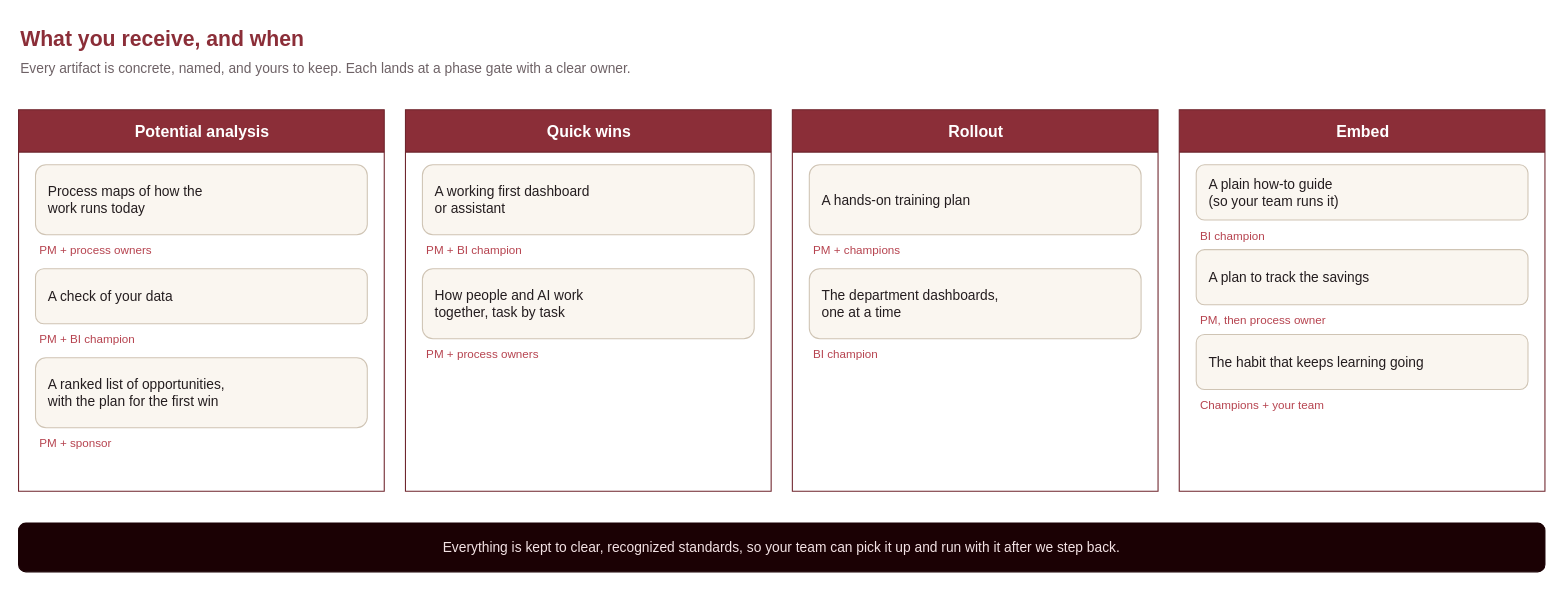
The draw.io diagram diagrams/7-deliverables.drawio in ademczuk/top-spirit-delivery, before the edit. Source tidied: cells renumbered, new cells numbered last; positions are measured from the earlier drawing's top-left corner, leaving out a move shared by most shapes. Both pictures are drawn from the tidied source at 106%, with x=0, y=0 at pixel (18, 18).
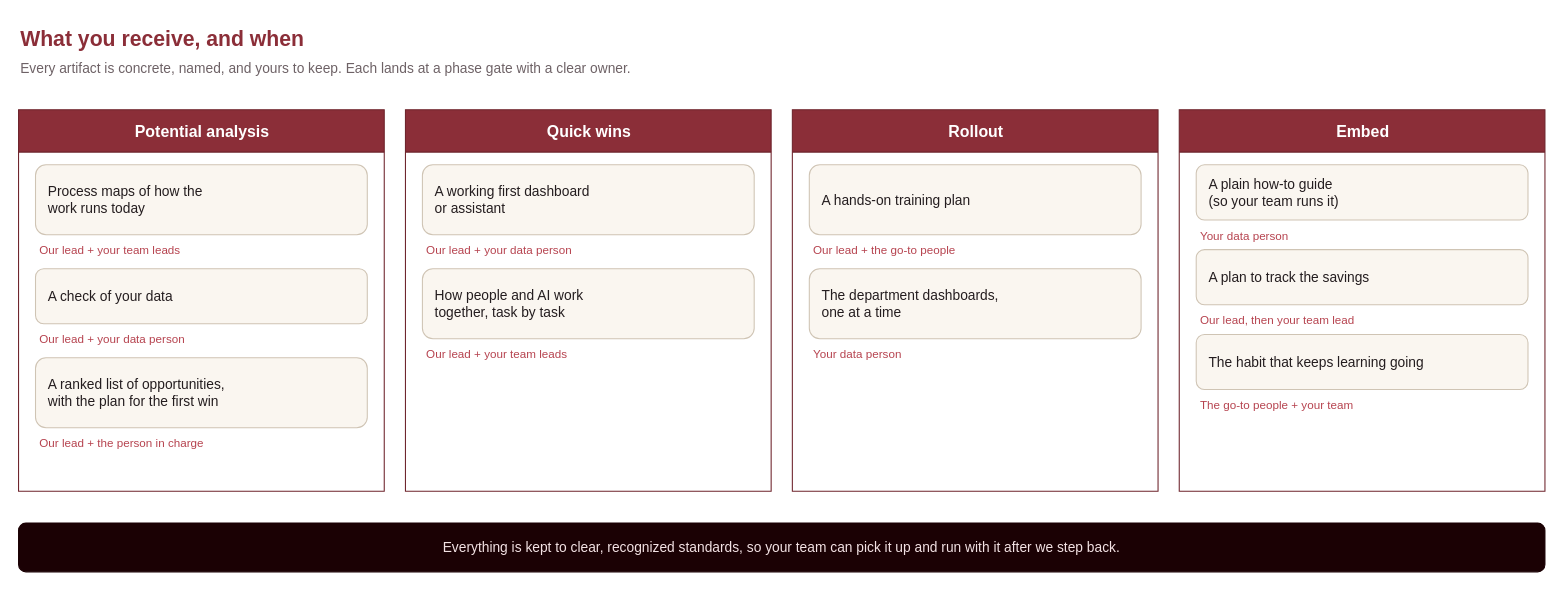
After the change.

Unchanged cells that the change refers to:
```xml
<mxCell id="4" value="Potential analysis" style="swimlane;html=1;startSize=40;fillColor=#8b2e38;swimlaneFillColor=#ffffff;strokeColor=#6d232b;fontColor=#ffffff;fontSize=15;fontStyle=1;align=center;" parent="1" vertex="1">
  <mxGeometry y="86" width="345" height="360" as="geometry" />
</mxCell>
<mxCell id="11" value="Quick wins" style="swimlane;html=1;startSize=40;fillColor=#8b2e38;swimlaneFillColor=#ffffff;strokeColor=#6d232b;fontColor=#ffffff;fontSize=15;fontStyle=1;align=center;" parent="1" vertex="1">
  <mxGeometry x="365" y="86" width="345" height="360" as="geometry" />
</mxCell>
<mxCell id="16" value="Rollout" style="swimlane;html=1;startSize=40;fillColor=#8b2e38;swimlaneFillColor=#ffffff;strokeColor=#6d232b;fontColor=#ffffff;fontSize=15;fontStyle=1;align=center;" parent="1" vertex="1">
  <mxGeometry x="730" y="86" width="345" height="360" as="geometry" />
</mxCell>
<mxCell id="21" value="Embed" style="swimlane;html=1;startSize=40;fillColor=#8b2e38;swimlaneFillColor=#ffffff;strokeColor=#6d232b;fontColor=#ffffff;fontSize=15;fontStyle=1;align=center;" parent="1" vertex="1">
  <mxGeometry x="1095" y="86" width="345" height="360" as="geometry" />
</mxCell>
```

Change to the diagram source:
```diff
@@
-    <mxCell id="6" value="PM + process owners" style="text;html=1;align=left;fontColor=#b6434f;fontSize=11;" parent="4" vertex="1">
+    <mxCell id="6" value="Our lead + your team leads" style="text;html=1;align=left;fontColor=#b6434f;fontSize=11;" parent="4" vertex="1">
       <mxGeometry x="18" y="120" width="313" height="16" as="geometry" />
     </mxCell>
@@
-    <mxCell id="8" value="PM + BI champion" style="text;html=1;align=left;fontColor=#b6434f;fontSize=11;" parent="4" vertex="1">
+    <mxCell id="8" value="Our lead + your data person" style="text;html=1;align=left;fontColor=#b6434f;fontSize=11;" parent="4" vertex="1">
       <mxGeometry x="18" y="204" width="313" height="16" as="geometry" />
     </mxCell>
@@
-    <mxCell id="10" value="PM + sponsor" style="text;html=1;align=left;fontColor=#b6434f;fontSize=11;" parent="4" vertex="1">
+    <mxCell id="10" value="Our lead + the person in charge" style="text;html=1;align=left;fontColor=#b6434f;fontSize=11;" parent="4" vertex="1">
       <mxGeometry x="18" y="302" width="313" height="16" as="geometry" />
     </mxCell>
@@
-    <mxCell id="13" value="PM + BI champion" style="text;html=1;align=left;fontColor=#b6434f;fontSize=11;" parent="11" vertex="1">
+    <mxCell id="13" value="Our lead + your data person" style="text;html=1;align=left;fontColor=#b6434f;fontSize=11;" parent="11" vertex="1">
       <mxGeometry x="18" y="120" width="313" height="16" as="geometry" />
     </mxCell>
@@
-    <mxCell id="15" value="PM + process owners" style="text;html=1;align=left;fontColor=#b6434f;fontSize=11;" parent="11" vertex="1">
+    <mxCell id="15" value="Our lead + your team leads" style="text;html=1;align=left;fontColor=#b6434f;fontSize=11;" parent="11" vertex="1">
       <mxGeometry x="18" y="218" width="313" height="16" as="geometry" />
     </mxCell>
@@
-    <mxCell id="18" value="PM + champions" style="text;html=1;align=left;fontColor=#b6434f;fontSize=11;" parent="16" vertex="1">
+    <mxCell id="18" value="Our lead + the go-to people" style="text;html=1;align=left;fontColor=#b6434f;fontSize=11;" parent="16" vertex="1">
       <mxGeometry x="18" y="120" width="313" height="16" as="geometry" />
     </mxCell>
@@
-    <mxCell id="20" value="BI champion" style="text;html=1;align=left;fontColor=#b6434f;fontSize=11;" parent="16" vertex="1">
+    <mxCell id="20" value="Your data person" style="text;html=1;align=left;fontColor=#b6434f;fontSize=11;" parent="16" vertex="1">
       <mxGeometry x="18" y="218" width="313" height="16" as="geometry" />
     </mxCell>
@@
-    <mxCell id="23" value="BI champion" style="text;html=1;align=left;fontColor=#b6434f;fontSize=11;" parent="21" vertex="1">
+    <mxCell id="23" value="Your data person" style="text;html=1;align=left;fontColor=#b6434f;fontSize=11;" parent="21" vertex="1">
       <mxGeometry x="18" y="106" width="313" height="16" as="geometry" />
     </mxCell>
@@
-    <mxCell id="25" value="PM, then process owner" style="text;html=1;align=left;fontColor=#b6434f;fontSize=11;" parent="21" vertex="1">
+    <mxCell id="25" value="Our lead, then your team lead" style="text;html=1;align=left;fontColor=#b6434f;fontSize=11;" parent="21" vertex="1">
       <mxGeometry x="18" y="186" width="313" height="16" as="geometry" />
     </mxCell>
@@
-    <mxCell id="27" value="Champions + your team" style="text;html=1;align=left;fontColor=#b6434f;fontSize=11;" parent="21" vertex="1">
+    <mxCell id="27" value="The go-to people + your team" style="text;html=1;align=left;fontColor=#b6434f;fontSize=11;" parent="21" vertex="1">
       <mxGeometry x="18" y="266" width="313" height="16" as="geometry" />
     </mxCell>
```
